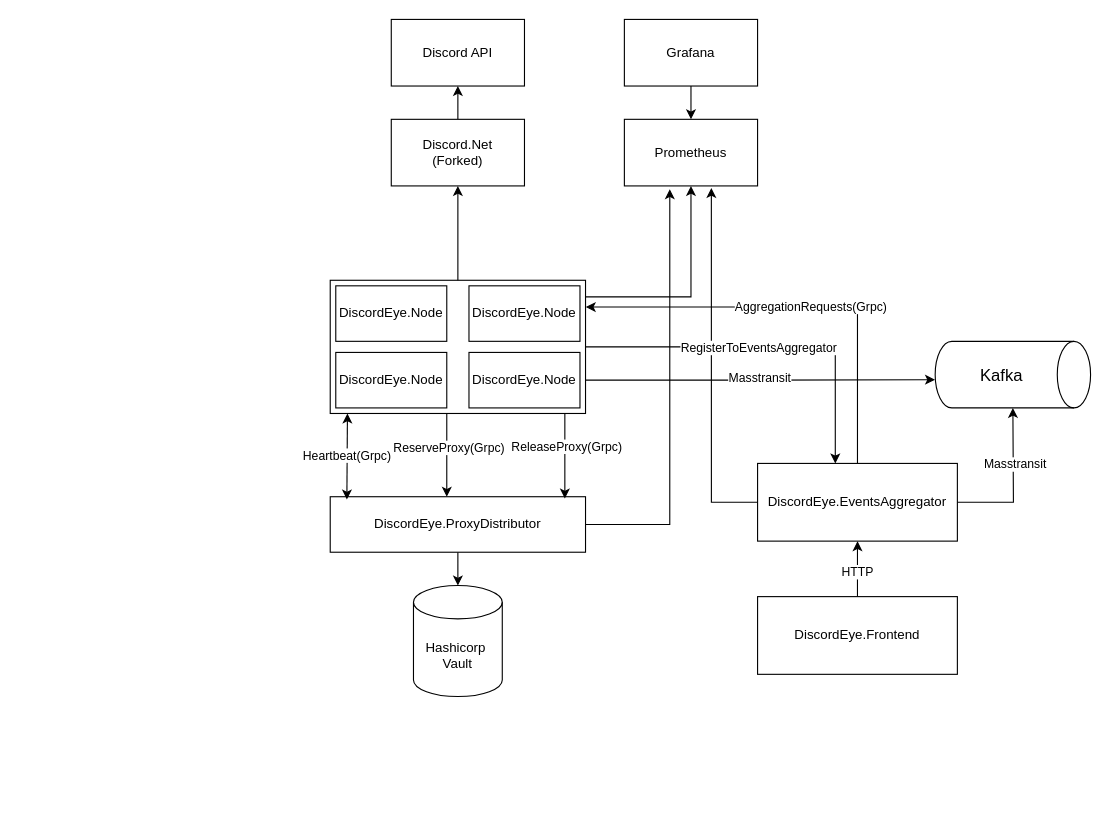
Above: DiscordEye.Scheme.drawio in 7645re/DiscordEye (draw.io), before the change. Source tidied: cells renumbered, new cells numbered last; positions are measured from the earlier drawing's top-left corner, leaving out a move shared by most shapes. Both pictures are drawn from the tidied source at 111%, with x=0, y=0 at pixel (330, 19).
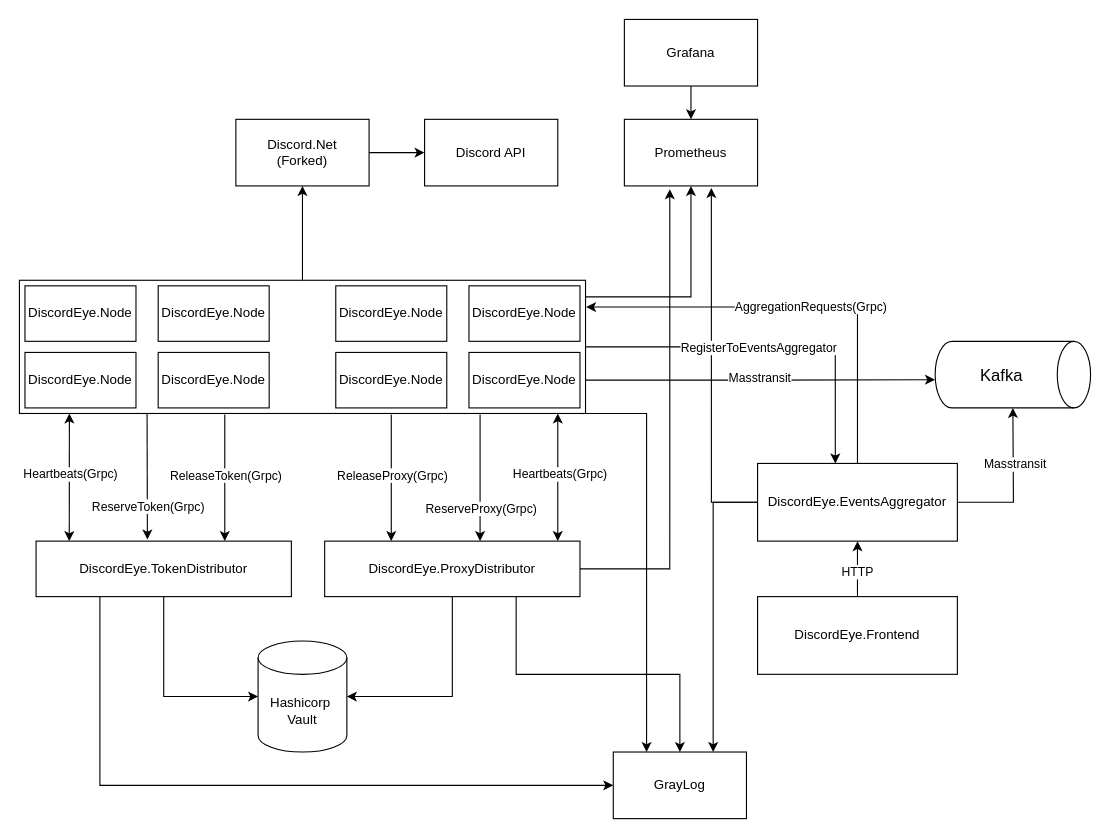
Above is the later version.

The change refers to these unchanged cells:
```xml
<mxCell id="12" value="DiscordEye.EventsAggregator" style="rounded=0;whiteSpace=wrap;html=1;" parent="1" vertex="1">
  <mxGeometry x="385" y="400" width="180" height="70" as="geometry" />
</mxCell>
```

The edit, as a diff of the source:
```diff
@@
     <mxCell id="2" value="Discord API" style="rounded=0;whiteSpace=wrap;html=1;" parent="1" vertex="1">
-      <mxGeometry x="55" width="120" height="60" as="geometry" />
+      <mxGeometry x="85" y="90" width="120" height="60" as="geometry" />
     </mxCell>
@@
     <mxCell id="4" value="Discord.Net&lt;br&gt;(Forked)" style="rounded=0;whiteSpace=wrap;html=1;" parent="1" vertex="1">
-      <mxGeometry x="55" y="90" width="120" height="60" as="geometry" />
+      <mxGeometry x="-85" y="90" width="120" height="60" as="geometry" />
     </mxCell>
@@
+    <mxCell id="42" style="edgeStyle=orthogonalEdgeStyle;rounded=0;jettySize=auto;html=1;entryX=0.75;entryY=0;entryDx=0;entryDy=0;" parent="1" edge="1" source="12" target="62">
+      <mxGeometry relative="1" as="geometry">
+        <Array as="points">
+          <mxPoint x="345" y="435" />
+        </Array>
+      </mxGeometry>
+    </mxCell>
@@
-    <mxCell id="13" style="edgeStyle=orthogonalEdgeStyle;rounded=0;jettySize=auto;html=1;" parent="1" edge="1" source="14" target="18">
-      <mxGeometry relative="1" as="geometry" />
-    </mxCell>
+    <mxCell id="43" style="edgeStyle=orthogonalEdgeStyle;rounded=0;jettySize=auto;html=1;exitX=0.75;exitY=1;exitDx=0;exitDy=0;" parent="1" edge="1" source="14" target="62">
+      <mxGeometry relative="1" as="geometry" />
+    </mxCell>
     <mxCell id="14" value="DiscordEye.ProxyDistributor" style="rounded=0;whiteSpace=wrap;html=1;" parent="1" vertex="1">
-      <mxGeometry y="430" width="230" height="50" as="geometry" />
+      <mxGeometry x="-5" y="470" width="230" height="50" as="geometry" />
     </mxCell>
@@
     <mxCell id="18" value="Hashicorp&amp;nbsp;&lt;div&gt;Vault&lt;/div&gt;" style="shape=cylinder3;whiteSpace=wrap;html=1;boundedLbl=1;backgroundOutline=1;size=15;" parent="1" vertex="1">
-      <mxGeometry x="75" y="510" width="80" height="100" as="geometry" />
+      <mxGeometry x="-65" y="560" width="80" height="100" as="geometry" />
     </mxCell>
-    <mxCell id="19" style="group;" parent="1" vertex="1">
-      <mxGeometry y="235" width="230" height="120" as="geometry" />
-    </mxCell>
-    <mxCell id="20" style="rounded=0;whiteSpace=wrap;html=1;" parent="19" vertex="1">
-      <mxGeometry width="230" height="120" as="geometry" />
-    </mxCell>
-    <mxCell id="21" value="DiscordEye.Node" style="rounded=0;whiteSpace=wrap;html=1;" parent="19" vertex="1">
-      <mxGeometry x="5" y="65" width="100" height="50" as="geometry" />
-    </mxCell>
-    <mxCell id="22" value="DiscordEye.Node" style="rounded=0;whiteSpace=wrap;html=1;" parent="19" vertex="1">
-      <mxGeometry x="125" y="65" width="100" height="50" as="geometry" />
-    </mxCell>
-    <mxCell id="23" value="DiscordEye.Node" style="rounded=0;whiteSpace=wrap;html=1;" parent="19" vertex="1">
-      <mxGeometry x="5" y="5" width="100" height="50" as="geometry" />
-    </mxCell>
-    <mxCell id="24" value="DiscordEye.Node" style="rounded=0;whiteSpace=wrap;html=1;" parent="19" vertex="1">
-      <mxGeometry x="125" y="5" width="100" height="50" as="geometry" />
-    </mxCell>
-    <mxCell id="25" style="endArrow=classic;startArrow=classic;html=1;rounded=0;entryX=0.096;entryY=1.004;entryDx=0;entryDy=0;exitX=0.094;exitY=0.059;exitDx=0;exitDy=0;entryPerimeter=0;exitPerimeter=0;" parent="1" edge="1">
-      <mxGeometry relative="1" as="geometry">
-        <mxPoint x="15" y="432.5" as="sourcePoint" />
-        <mxPoint x="15.5" y="355" as="targetPoint" />
-      </mxGeometry>
-    </mxCell>
-    <mxCell id="26" value="Heartbeat(Grpc)" style="edgeLabel;html=1;align=center;verticalAlign=middle;" parent="25" vertex="1">
-      <mxGeometry x="0.03" y="1" relative="1" as="geometry" />
-    </mxCell>
-    <mxCell id="27" style="edgeStyle=orthogonalEdgeStyle;rounded=0;jettySize=auto;html=1;" parent="1" edge="1" source="20" target="14">
-      <mxGeometry relative="1" as="geometry">
-        <Array as="points">
-          <mxPoint x="105" y="370" />
-          <mxPoint x="105" y="370" />
-        </Array>
-      </mxGeometry>
-    </mxCell>
-    <mxCell id="28" value="ReserveProxy(Grpc)" style="edgeLabel;html=1;align=center;verticalAlign=middle;" parent="27" vertex="1">
-      <mxGeometry x="-0.19" y="1" relative="1" as="geometry" />
-    </mxCell>
-    <mxCell id="29" style="endArrow=classic;html=1;rounded=0;entryX=0.919;entryY=0.034;entryDx=0;entryDy=0;entryPerimeter=0;exitX=0.919;exitY=0.996;exitDx=0;exitDy=0;exitPerimeter=0;" parent="1" edge="1" source="20" target="14">
-      <mxGeometry relative="1" as="geometry" />
-    </mxCell>
-    <mxCell id="30" value="ReleaseProxy(Grpc)" style="edgeLabel;html=1;align=center;verticalAlign=middle;" parent="29" vertex="1">
-      <mxGeometry x="-0.21" y="1" relative="1" as="geometry" />
-    </mxCell>
@@
+    <mxCell id="44" style="edgeStyle=orthogonalEdgeStyle;rounded=0;jettySize=auto;html=1;exitX=0.25;exitY=1;exitDx=0;exitDy=0;entryX=0;entryY=0.5;entryDx=0;entryDy=0;" parent="1" edge="1" source="45" target="62">
+      <mxGeometry relative="1" as="geometry" />
+    </mxCell>
+    <mxCell id="45" value="DiscordEye.TokenDistributor" style="rounded=0;whiteSpace=wrap;html=1;" parent="1" vertex="1">
+      <mxGeometry x="-265" y="470" width="230" height="50" as="geometry" />
+    </mxCell>
+    <mxCell id="13" style="edgeStyle=orthogonalEdgeStyle;rounded=0;jettySize=auto;html=1;entryX=1;entryY=0.5;entryDx=0;entryDy=0;entryPerimeter=0;" parent="1" edge="1" source="14" target="18">
+      <mxGeometry relative="1" as="geometry" />
+    </mxCell>
+    <mxCell id="46" style="edgeStyle=orthogonalEdgeStyle;rounded=0;jettySize=auto;html=1;entryX=0;entryY=0.5;entryDx=0;entryDy=0;entryPerimeter=0;" parent="1" edge="1" source="45" target="18">
+      <mxGeometry relative="1" as="geometry" />
+    </mxCell>
+    <mxCell id="47" style="group;" parent="1" vertex="1">
+      <mxGeometry x="-280" y="235" width="510" height="120" as="geometry" />
+    </mxCell>
+    <mxCell id="20" style="rounded=0;whiteSpace=wrap;html=1;" parent="47" vertex="1">
+      <mxGeometry width="510" height="120" as="geometry" />
+    </mxCell>
+    <mxCell id="21" value="DiscordEye.Node" style="rounded=0;whiteSpace=wrap;html=1;" parent="47" vertex="1">
+      <mxGeometry x="285" y="65" width="100" height="50" as="geometry" />
+    </mxCell>
+    <mxCell id="22" value="DiscordEye.Node" style="rounded=0;whiteSpace=wrap;html=1;" parent="47" vertex="1">
+      <mxGeometry x="405" y="65" width="100" height="50" as="geometry" />
+    </mxCell>
+    <mxCell id="23" value="DiscordEye.Node" style="rounded=0;whiteSpace=wrap;html=1;" parent="47" vertex="1">
+      <mxGeometry x="285" y="5" width="100" height="50" as="geometry" />
+    </mxCell>
+    <mxCell id="24" value="DiscordEye.Node" style="rounded=0;whiteSpace=wrap;html=1;" parent="47" vertex="1">
+      <mxGeometry x="405" y="5" width="100" height="50" as="geometry" />
+    </mxCell>
+    <mxCell id="48" value="DiscordEye.Node" style="rounded=0;whiteSpace=wrap;html=1;" parent="47" vertex="1">
+      <mxGeometry x="5" y="65" width="100" height="50" as="geometry" />
+    </mxCell>
+    <mxCell id="49" value="DiscordEye.Node" style="rounded=0;whiteSpace=wrap;html=1;" parent="47" vertex="1">
+      <mxGeometry x="125" y="65" width="100" height="50" as="geometry" />
+    </mxCell>
+    <mxCell id="50" value="DiscordEye.Node" style="rounded=0;whiteSpace=wrap;html=1;" parent="47" vertex="1">
+      <mxGeometry x="5" y="5" width="100" height="50" as="geometry" />
+    </mxCell>
+    <mxCell id="51" value="DiscordEye.Node" style="rounded=0;whiteSpace=wrap;html=1;" parent="47" vertex="1">
+      <mxGeometry x="125" y="5" width="100" height="50" as="geometry" />
+    </mxCell>
+    <mxCell id="52" style="endArrow=classic;startArrow=classic;html=1;rounded=0;exitX=0.13;exitY=0;exitDx=0;exitDy=0;exitPerimeter=0;" parent="1" edge="1" source="45">
+      <mxGeometry relative="1" as="geometry">
+        <mxPoint x="-235" y="355" as="targetPoint" />
+      </mxGeometry>
+    </mxCell>
+    <mxCell id="53" value="Heartbeats(Grpc)" style="edgeLabel;html=1;align=center;verticalAlign=middle;" parent="52" vertex="1">
+      <mxGeometry x="0.06" y="-1" relative="1" as="geometry" />
+    </mxCell>
+    <mxCell id="54" style="endArrow=classic;startArrow=classic;html=1;rounded=0;exitX=0.13;exitY=0;exitDx=0;exitDy=0;exitPerimeter=0;" parent="1" edge="1">
+      <mxGeometry relative="1" as="geometry">
+        <mxPoint x="205" y="470" as="sourcePoint" />
+        <mxPoint x="205" y="355" as="targetPoint" />
+      </mxGeometry>
+    </mxCell>
+    <mxCell id="55" value="Heartbeats(Grpc)" style="edgeLabel;html=1;align=center;verticalAlign=middle;" parent="54" vertex="1">
+      <mxGeometry x="0.06" y="-1" relative="1" as="geometry" />
+    </mxCell>
+    <mxCell id="56" style="endArrow=classic;html=1;rounded=0;entryX=0.436;entryY=-0.029;entryDx=0;entryDy=0;entryPerimeter=0;" parent="1" edge="1" target="45">
+      <mxGeometry relative="1" as="geometry">
+        <mxPoint x="-165" y="355" as="sourcePoint" />
+      </mxGeometry>
+    </mxCell>
+    <mxCell id="57" value="ReserveToken(Grpc)" style="edgeLabel;html=1;align=center;verticalAlign=middle;" parent="56" vertex="1">
+      <mxGeometry x="0.48" relative="1" as="geometry" />
+    </mxCell>
+    <mxCell id="58" style="endArrow=classic;html=1;rounded=0;entryX=0.436;entryY=-0.029;entryDx=0;entryDy=0;entryPerimeter=0;" parent="1" edge="1">
+      <mxGeometry relative="1" as="geometry">
+        <mxPoint x="-95" y="356" as="sourcePoint" />
+        <mxPoint x="-95" y="470" as="targetPoint" />
+      </mxGeometry>
+    </mxCell>
+    <mxCell id="59" value="ReleaseToken(Grpc)" style="edgeLabel;html=1;align=center;verticalAlign=middle;" parent="58" vertex="1">
+      <mxGeometry x="0.48" relative="1" as="geometry">
+        <mxPoint y="-30" as="offset" />
+      </mxGeometry>
+    </mxCell>
+    <mxCell id="60" style="endArrow=classic;html=1;rounded=0;entryX=0.436;entryY=-0.029;entryDx=0;entryDy=0;entryPerimeter=0;" parent="1" edge="1">
+      <mxGeometry relative="1" as="geometry">
+        <mxPoint x="135" y="356" as="sourcePoint" />
+        <mxPoint x="135" y="470" as="targetPoint" />
+      </mxGeometry>
+    </mxCell>
+    <mxCell id="28" value="ReserveProxy(Grpc)" style="edgeLabel;html=1;align=center;verticalAlign=middle;" parent="60" vertex="1">
+      <mxGeometry x="0.48" relative="1" as="geometry" />
+    </mxCell>
+    <mxCell id="61" style="endArrow=classic;html=1;rounded=0;entryX=0.436;entryY=-0.029;entryDx=0;entryDy=0;entryPerimeter=0;" parent="1" edge="1">
+      <mxGeometry relative="1" as="geometry">
+        <mxPoint x="55" y="356" as="sourcePoint" />
+        <mxPoint x="55" y="470" as="targetPoint" />
+      </mxGeometry>
+    </mxCell>
+    <mxCell id="30" value="ReleaseProxy(Grpc)" style="edgeLabel;html=1;align=center;verticalAlign=middle;" parent="61" vertex="1">
+      <mxGeometry x="0.48" relative="1" as="geometry">
+        <mxPoint y="-30" as="offset" />
+      </mxGeometry>
+    </mxCell>
+    <mxCell id="62" value="GrayLog" style="rounded=0;whiteSpace=wrap;html=1;" parent="1" vertex="1">
+      <mxGeometry x="255" y="660" width="120" height="60" as="geometry" />
+    </mxCell>
+    <mxCell id="63" style="edgeStyle=orthogonalEdgeStyle;rounded=0;jettySize=auto;html=1;exitX=1;exitY=1;exitDx=0;exitDy=0;entryX=0.25;entryY=0;entryDx=0;entryDy=0;" parent="1" edge="1" source="20" target="62">
+      <mxGeometry relative="1" as="geometry">
+        <Array as="points">
+          <mxPoint x="285" y="355" />
+        </Array>
+      </mxGeometry>
+    </mxCell>
```
